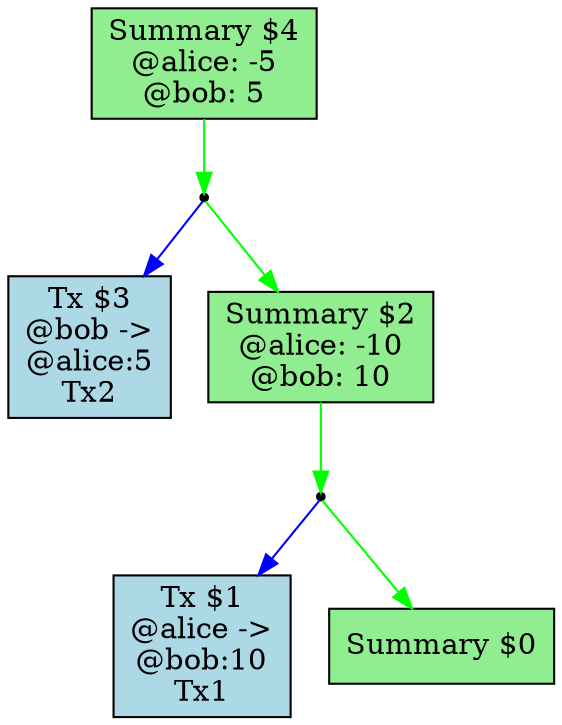
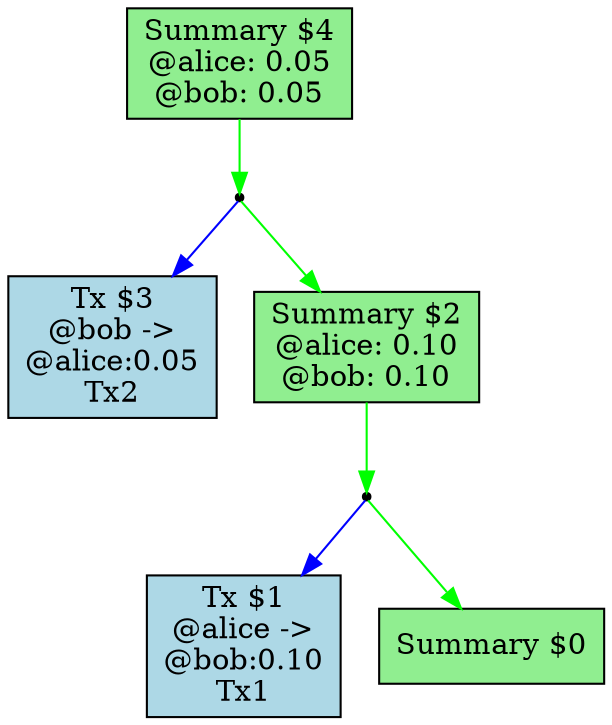
digraph G {
  node [shape=box];
-   "$1" [label="Tx $1\n@alice ->\n@bob:10\nTx1", style=filled, fillcolor=lightblue];
-   "$3" [label="Tx $3\n@bob ->\n@alice:5\nTx2", style=filled, fillcolor=lightblue];
+   "$1" [label="Tx $1\n@alice ->\n@bob:0.10\nTx1", style=filled, fillcolor=lightblue];
+   "$3" [label="Tx $3\n@bob ->\n@alice:0.05\nTx2", style=filled, fillcolor=lightblue];
  "$0" [label="Summary $0\n", style=filled, fillcolor=lightgreen];
-   "$2" [label="Summary $2\n@alice: -10\n@bob: 10", style=filled, fillcolor=lightgreen];
+   "$2" [label="Summary $2\n@alice: 0.10\n@bob: 0.10", style=filled, fillcolor=lightgreen];
  "ind_$2_$0" [shape=point];
  "$2" -> "ind_$2_$0" [color=green];
  "ind_$2_$0" -> "$0" [color=green];
  "ind_$2_$0" -> "$1" [color=blue];
-   "$4" [label="Summary $4\n@alice: -5\n@bob: 5", style=filled, fillcolor=lightgreen];
+   "$4" [label="Summary $4\n@alice: 0.05\n@bob: 0.05", style=filled, fillcolor=lightgreen];
  "ind_$4_$2" [shape=point];
  "$4" -> "ind_$4_$2" [color=green];
  "ind_$4_$2" -> "$2" [color=green];
  "ind_$4_$2" -> "$3" [color=blue];
}
